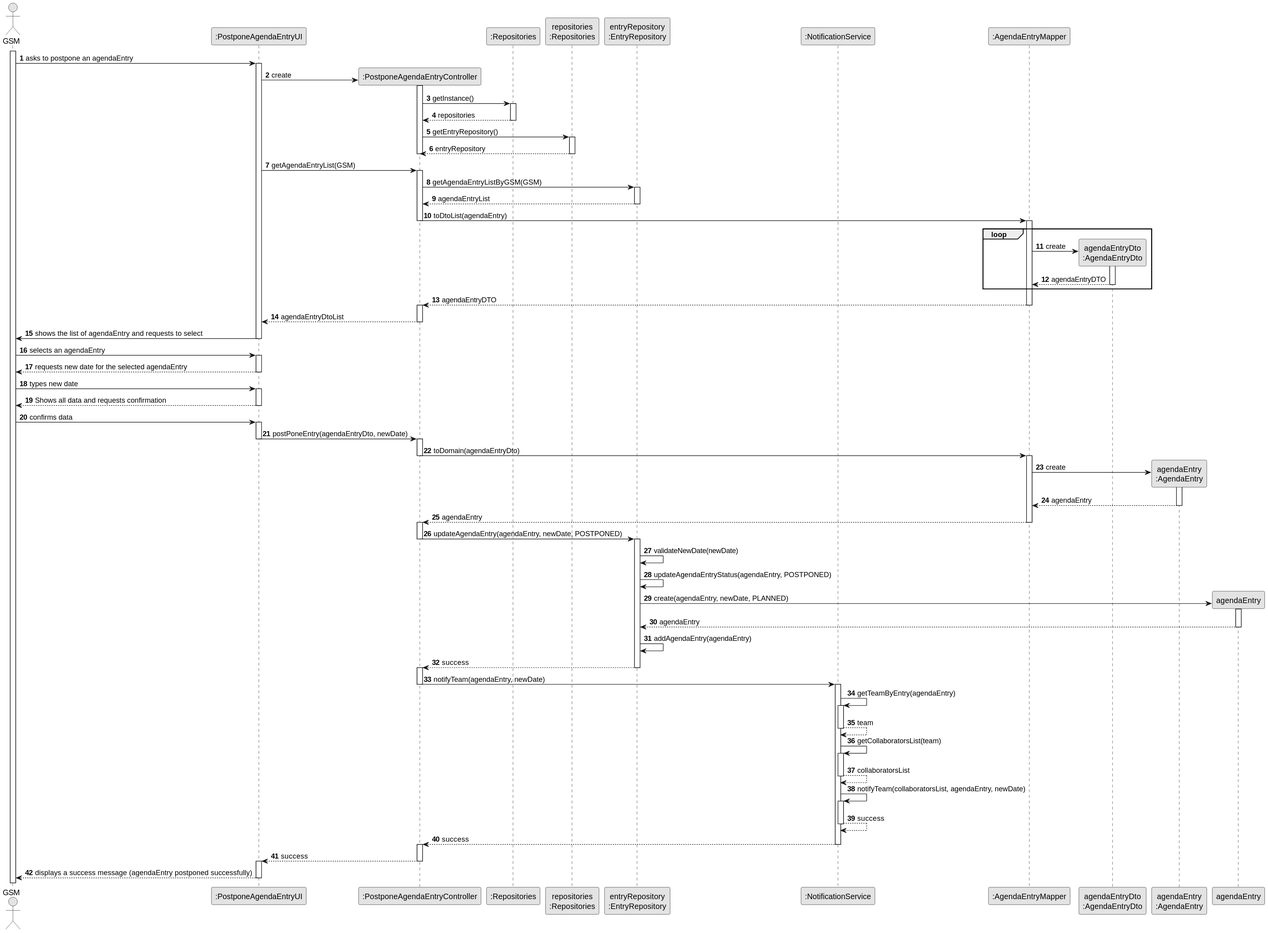
This is docs/sprintC/us024/03.design/svg/us024-sequence-diagram-full.svg from ricardomm7/leaflink, a PlantUML export, as it was before one commit.
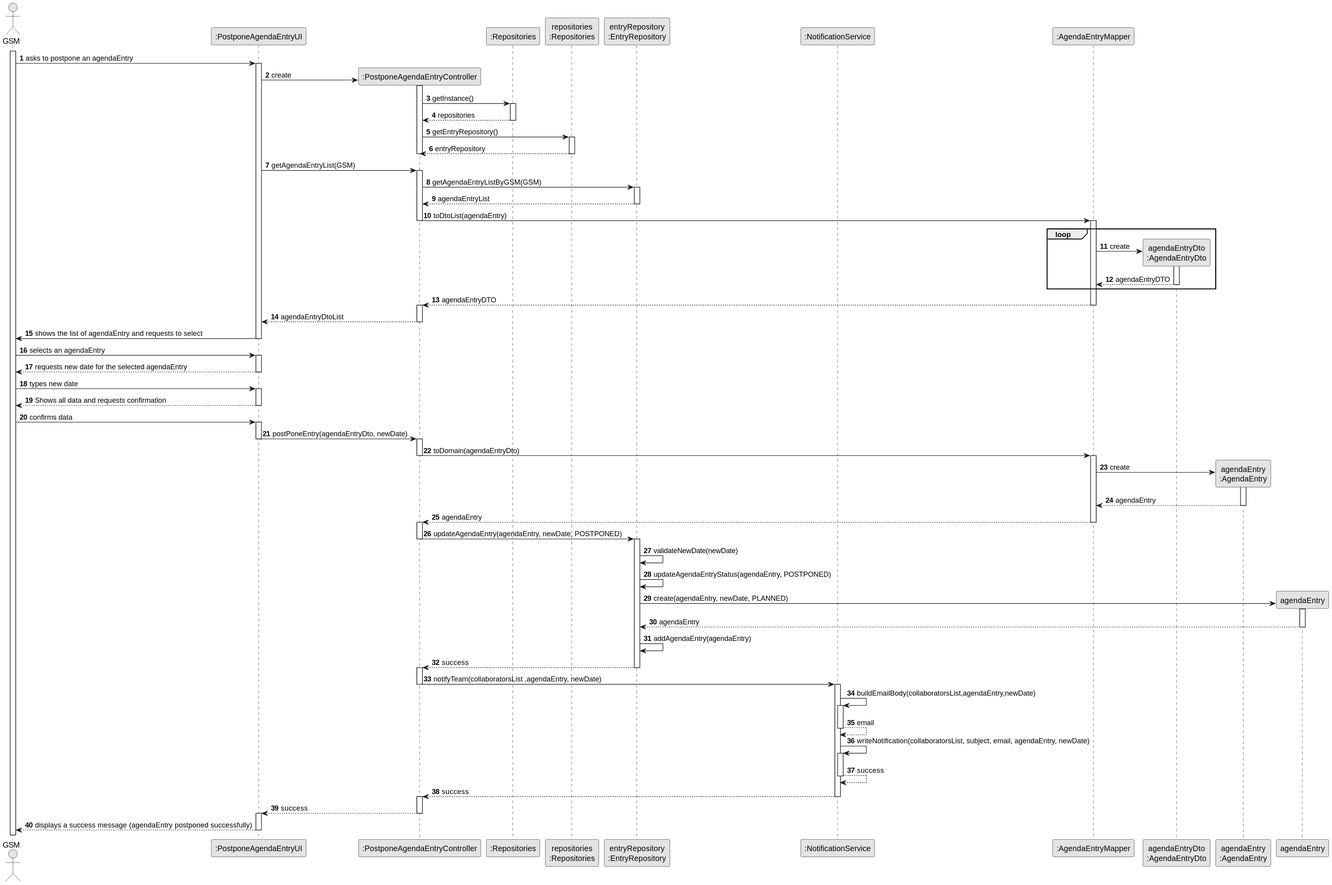
The same diagram one commit later.

Diff of the diagram source:
```diff
@@ -128,23 +128,17 @@
 
 
 
-            CTRL -> NotificationService : notifyTeam(agendaEntry, newDate)
+            CTRL -> NotificationService : notifyTeam(collaboratorsList ,agendaEntry, newDate)
             deactivate CTRL
             activate NotificationService
 
-                NotificationService -> NotificationService : getTeamByEntry(agendaEntry)
+                NotificationService -> NotificationService : buildEmailBody(collaboratorsList,agendaEntry,newDate)
                 activate NotificationService
 
-                NotificationService --> NotificationService : team
+                NotificationService --> NotificationService : email
                 deactivate NotificationService
 
-                NotificationService -> NotificationService : getCollaboratorsList(team)
-                activate NotificationService
-
-                NotificationService --> NotificationService : collaboratorsList
-                deactivate NotificationService
-
-                NotificationService -> NotificationService : notifyTeam(collaboratorsList, agendaEntry, newDate)
+                NotificationService -> NotificationService : writeNotification(collaboratorsList, subject, email, agendaEntry, newDate)
                 activate NotificationService
 
                 NotificationService --> NotificationService : success
```
